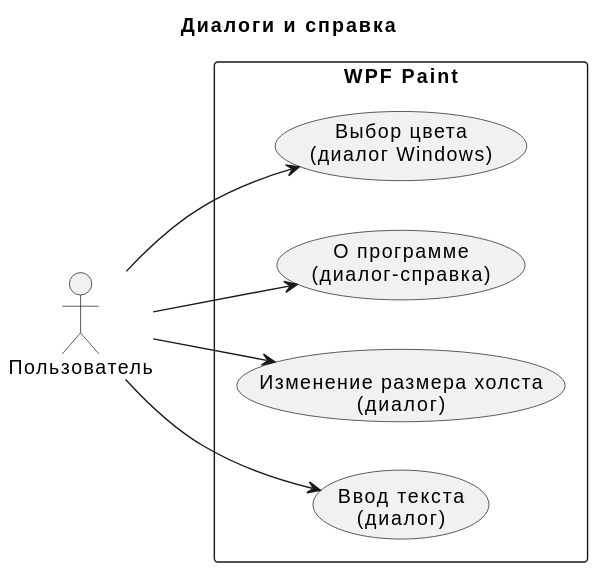
Above: UML/Диалоги и справка.svg in ObemaM/WPFPaint (PlantUML), before the change. Source of this version:
```plantuml
@startuml
title Диалоги и справка
left to right direction

actor Пользователь

rectangle "WPF Paint" {
    usecase "Ввод текста\n(диалог)" as UC_TextDialog
    usecase "Изменение размера холста\n(диалог)" as UC_ResizeDialog
    usecase "О программе\n(диалог-справка)" as UC_About
    usecase "Выбор цвета\n(диалог Windows)" as UC_ColorDialog
}

Пользователь --> UC_TextDialog
Пользователь --> UC_ResizeDialog
Пользователь --> UC_About
Пользователь --> UC_ColorDialog
@enduml
```
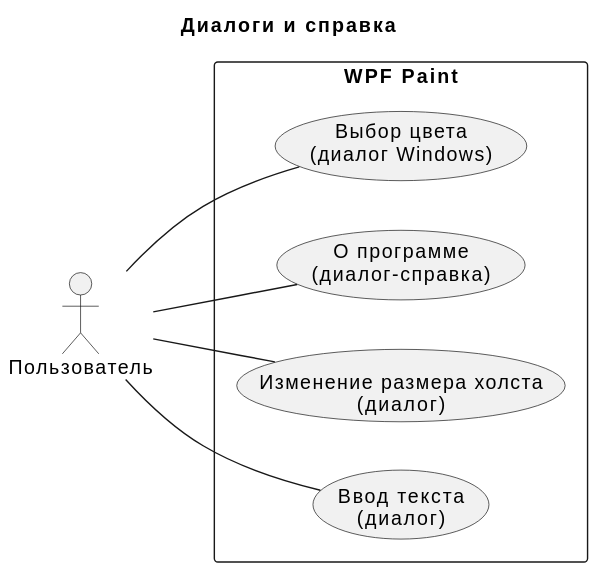
Later version of the same file.

What changed in the source:
```diff
@@ -11,8 +11,8 @@
     usecase "Выбор цвета\n(диалог Windows)" as UC_ColorDialog
 }
 
-Пользователь --> UC_TextDialog
-Пользователь --> UC_ResizeDialog
-Пользователь --> UC_About
-Пользователь --> UC_ColorDialog
+Пользователь -- UC_TextDialog
+Пользователь -- UC_ResizeDialog
+Пользователь -- UC_About
+Пользователь -- UC_ColorDialog
 @enduml
```
